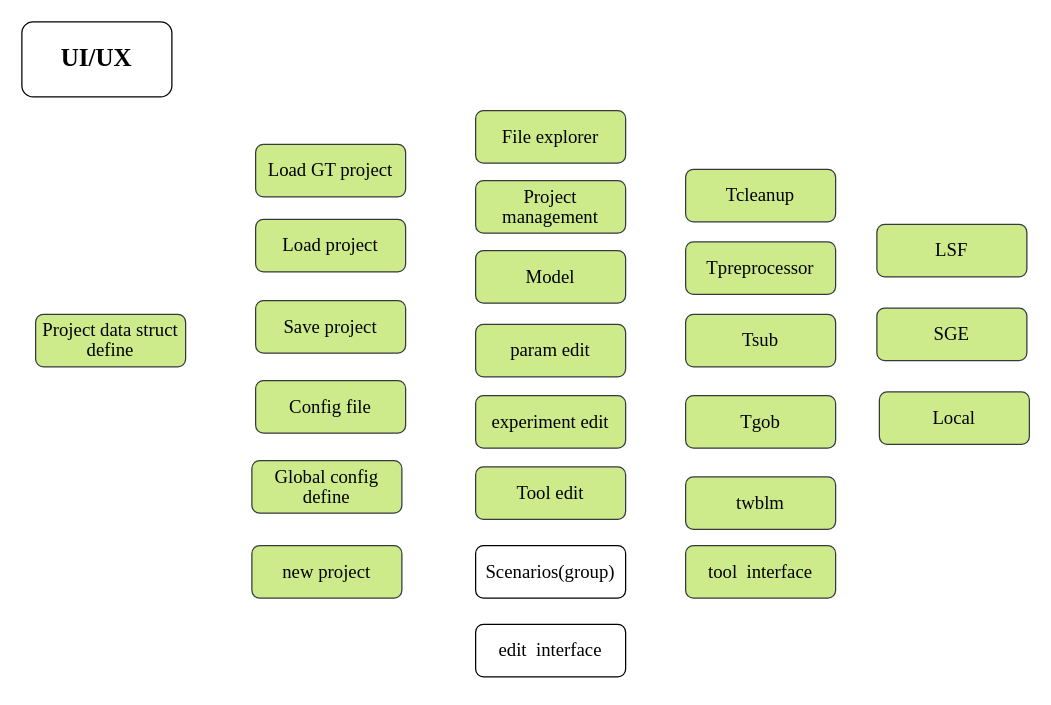
Hui123hh/99999 keeps this draw.io diagram as 未命名绘图.drawio. Above is the earlier version. Source tidied: cells renumbered, new cells numbered last; positions are measured from the earlier drawing's top-left corner, leaving out a move shared by most shapes. Both pictures are drawn from the tidied source at 125%, with x=0, y=0 at pixel (21, 21).
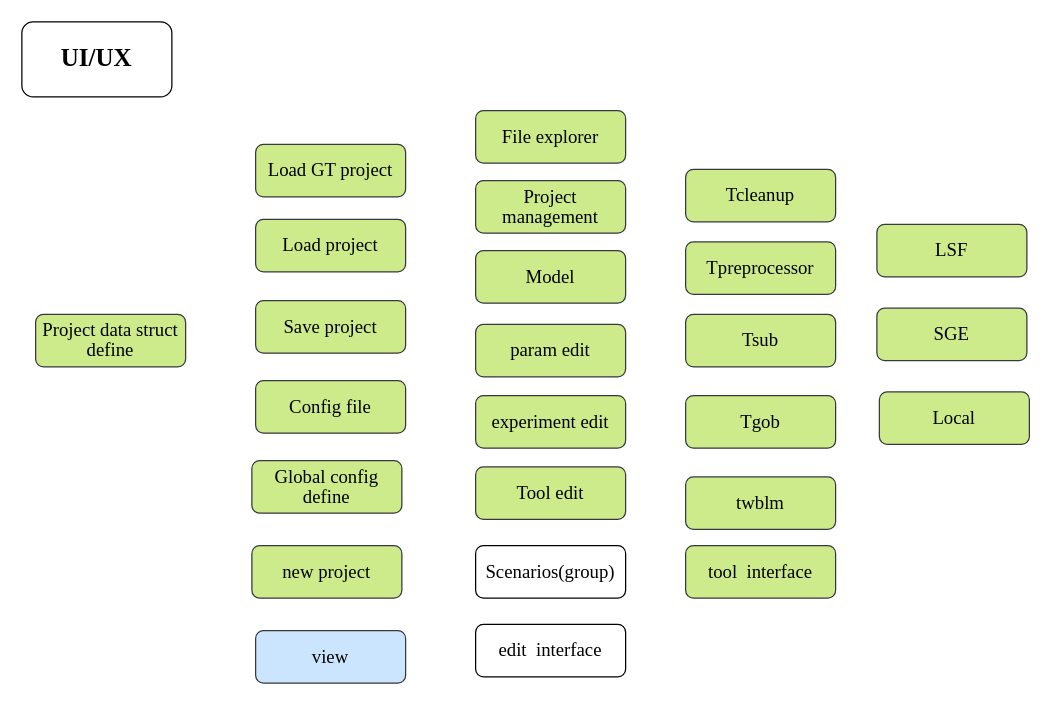
Above is the later version.

Commit message:
更新未命名绘图.drawio

Change to the diagram source:
```diff
@@
+    <mxCell id="27" value="&lt;p style=&quot;line-height: 120%;&quot;&gt;&lt;font face=&quot;Times New Roman&quot; style=&quot;font-size: 15px;&quot;&gt;view&lt;/font&gt;&lt;/p&gt;" style="rounded=1;whiteSpace=wrap;html=1;fillColor=#cce5ff;strokeColor=#36393d;" parent="1" vertex="1">
+      <mxGeometry x="187" y="487" width="120" height="42" as="geometry" />
+    </mxCell>
```
